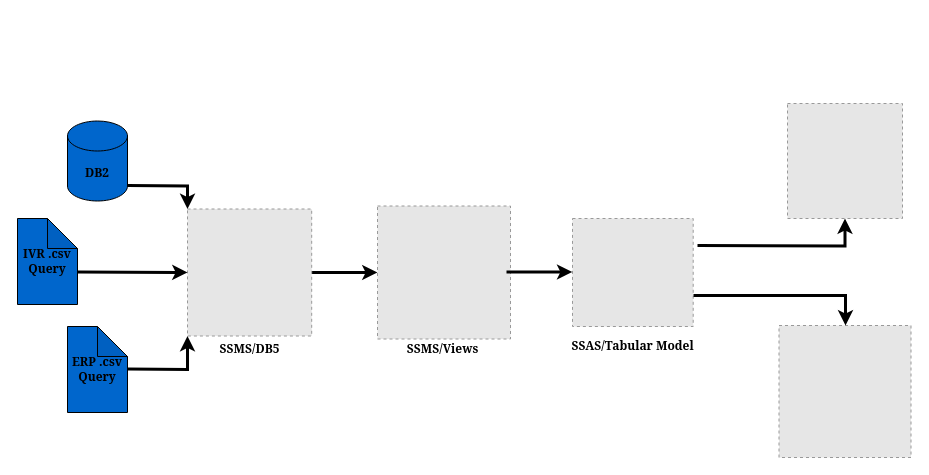
This is Tabular Model.drawio from dmharden/testing, a draw.io file, before an edit. Source tidied: cells renumbered, new cells numbered last; positions are measured from the earlier drawing's top-left corner, leaving out a move shared by most shapes. Both pictures are drawn from the tidied source at 100%, with x=0, y=0 at pixel (17, 103). Pictures stored in the file or linked from it are replaced by grey dashed boxes.
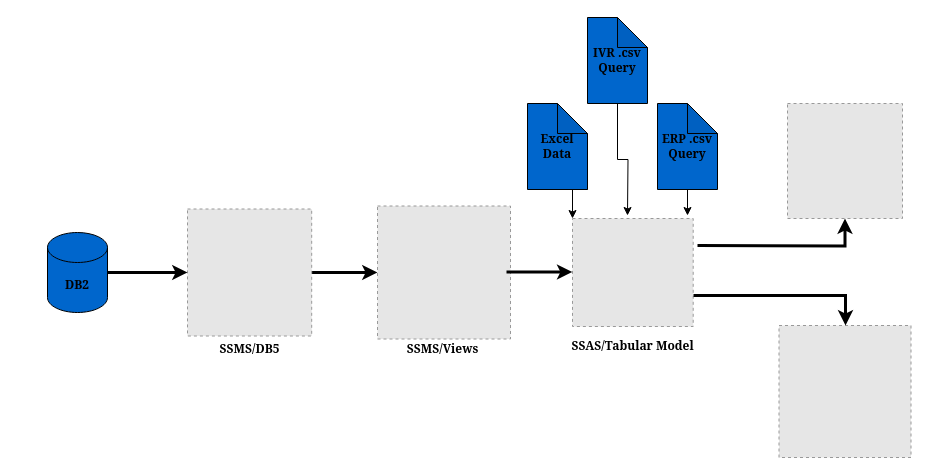
The same page after the edit.

Unchanged cells that the change refers to:
```xml
<mxCell id="3" style="fillColor=#E6E6E6;strokeColor=#999999;dashed=1;verticalLabelPosition=bottom;labelBackgroundColor=#ffffff;verticalAlign=top;" parent="1" vertex="1">
  <mxGeometry x="170" y="105.5" width="124.2" height="127" as="geometry" />
</mxCell>
<mxCell id="5" style="fillColor=#E6E6E6;strokeColor=#999999;dashed=1;verticalLabelPosition=bottom;labelBackgroundColor=#ffffff;verticalAlign=top;" parent="1" vertex="1">
  <mxGeometry x="555" y="115" width="120.7" height="108" as="geometry" />
</mxCell>
```

The edit, as a diff of the source:
```diff
@@
+    <mxCell id="20" style="edgeStyle=orthogonalEdgeStyle;rounded=0;jettySize=auto;html=1;exitX=1;exitY=0.5;exitDx=0;exitDy=0;exitPerimeter=0;strokeWidth=3;" parent="1" edge="1" source="14" target="3">
+      <mxGeometry relative="1" as="geometry" />
+    </mxCell>
     <mxCell id="14" value="DB2" style="shape=cylinder3;whiteSpace=wrap;html=1;boundedLbl=1;backgroundOutline=1;size=15;fontFamily=Georgia;labelBackgroundColor=none;fillColor=#0066CC;fontStyle=1;" parent="1" vertex="1">
-      <mxGeometry x="50" y="17.5" width="60" height="80" as="geometry" />
+      <mxGeometry x="30" y="129" width="60" height="80" as="geometry" />
     </mxCell>
+    <mxCell id="21" style="edgeStyle=orthogonalEdgeStyle;rounded=0;jettySize=auto;html=1;exitX=0.5;exitY=1;exitDx=0;exitDy=0;exitPerimeter=0;" parent="1" edge="1" source="15">
+      <mxGeometry relative="1" as="geometry">
+        <mxPoint x="610" y="112" as="targetPoint" />
+      </mxGeometry>
+    </mxCell>
     <mxCell id="15" value="IVR .csv Query" style="shape=note;whiteSpace=wrap;html=1;backgroundOutline=1;darkOpacity=0.05;labelBackgroundColor=none;fontFamily=Georgia;fillColor=#0066CC;fontStyle=1;" parent="1" vertex="1">
-      <mxGeometry y="115" width="60" height="86" as="geometry" />
+      <mxGeometry x="570" y="-86" width="60" height="86" as="geometry" />
     </mxCell>
+    <mxCell id="22" style="edgeStyle=orthogonalEdgeStyle;rounded=0;jettySize=auto;html=1;exitX=0.5;exitY=1;exitDx=0;exitDy=0;exitPerimeter=0;" parent="1" edge="1" source="16">
+      <mxGeometry relative="1" as="geometry">
+        <mxPoint x="670" y="112" as="targetPoint" />
+      </mxGeometry>
+    </mxCell>
     <mxCell id="16" value="ERP .csv Query" style="shape=note;whiteSpace=wrap;html=1;backgroundOutline=1;darkOpacity=0.05;labelBackgroundColor=none;fontFamily=Georgia;fillColor=#0066CC;fontStyle=1;" parent="1" vertex="1">
-      <mxGeometry x="50" y="223" width="60" height="86" as="geometry" />
+      <mxGeometry x="640" width="60" height="86" as="geometry" />
     </mxCell>
-    <mxCell id="17" style="edgeStyle=orthogonalEdgeStyle;rounded=0;jettySize=auto;html=1;entryX=0;entryY=0;entryDx=0;entryDy=0;strokeWidth=3;" parent="1" edge="1" target="3">
-      <mxGeometry relative="1" as="geometry">
-        <mxPoint x="110" y="82" as="sourcePoint" />
-      </mxGeometry>
-    </mxCell>
-    <mxCell id="18" style="edgeStyle=orthogonalEdgeStyle;rounded=0;jettySize=auto;html=1;entryX=0;entryY=0.5;entryDx=0;entryDy=0;strokeWidth=3;" parent="1" edge="1" target="3">
-      <mxGeometry relative="1" as="geometry">
-        <mxPoint x="60" y="168.5" as="sourcePoint" />
-      </mxGeometry>
-    </mxCell>
-    <mxCell id="19" style="edgeStyle=orthogonalEdgeStyle;rounded=0;jettySize=auto;html=1;entryX=0;entryY=1;entryDx=0;entryDy=0;strokeWidth=3;" parent="1" edge="1" target="3">
-      <mxGeometry relative="1" as="geometry">
-        <mxPoint x="110" y="265.5" as="sourcePoint" />
-      </mxGeometry>
-    </mxCell>
+    <mxCell id="23" style="edgeStyle=orthogonalEdgeStyle;rounded=0;jettySize=auto;html=1;exitX=1;exitY=1;exitDx=0;exitDy=0;exitPerimeter=0;entryX=0;entryY=0;entryDx=0;entryDy=0;" parent="1" edge="1" source="24" target="5">
+      <mxGeometry relative="1" as="geometry" />
+    </mxCell>
+    <mxCell id="24" value="Excel&lt;br&gt;Data" style="shape=note;whiteSpace=wrap;html=1;backgroundOutline=1;darkOpacity=0.05;labelBackgroundColor=none;fontFamily=Georgia;fillColor=#0066CC;fontStyle=1;" parent="1" vertex="1">
+      <mxGeometry x="510" width="60" height="86" as="geometry" />
+    </mxCell>
```
